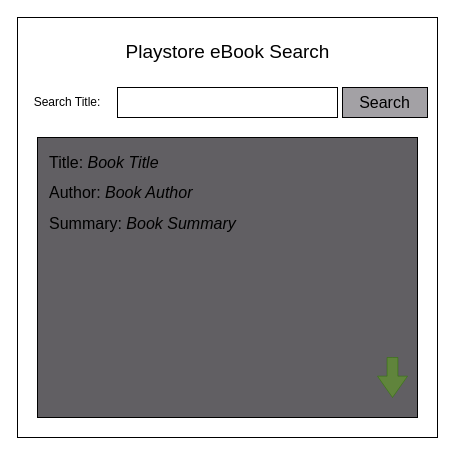
The draw.io diagram HCI 584 - Example project - part B/GUI_sketch.drawio in kolmoore/HCI584, before the edit. Source tidied: cells renumbered, new cells numbered last; positions are measured from the earlier drawing's top-left corner, leaving out a move shared by most shapes. Both pictures are drawn from the tidied source at 100%, with x=0, y=0 at pixel (17, 17).
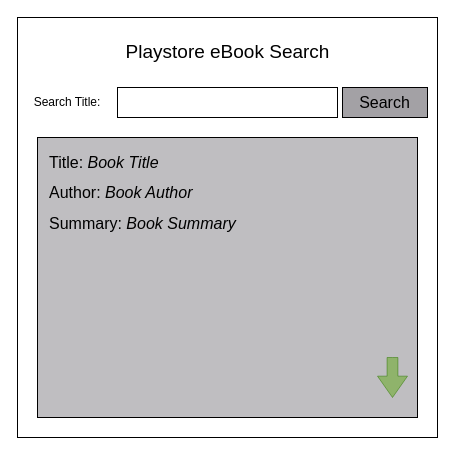
Above is the later version.

What changed in the source:
```diff
@@
 <mxGraphModel>
   <root>
     <mxCell id="0" />
     <mxCell id="1" parent="0" />
     <mxCell id="2" style="whiteSpace=wrap;html=1;" parent="1" vertex="1">
       <mxGeometry width="420" height="420" as="geometry" />
     </mxCell>
     <mxCell id="3" style="whiteSpace=wrap;html=1;" parent="1" vertex="1">
       <mxGeometry x="100" y="70" width="220" height="30" as="geometry" />
     </mxCell>
     <mxCell id="4" value="Search Title:" style="text;strokeColor=none;align=center;fillColor=none;html=1;verticalAlign=middle;whiteSpace=wrap;rounded=0;" parent="1" vertex="1">
       <mxGeometry x="10" y="70" width="80" height="30" as="geometry" />
     </mxCell>
     <mxCell id="5" value="Playstore eBook Search" style="text;strokeColor=none;align=center;fillColor=none;html=1;verticalAlign=middle;whiteSpace=wrap;rounded=0;fontSize=19;" parent="1" vertex="1">
       <mxGeometry x="82.5" y="20" width="255" height="30" as="geometry" />
     </mxCell>
     <mxCell id="6" value="Search" style="whiteSpace=wrap;html=1;fontSize=16;labelBackgroundColor=none;fillColor=#a3a1a5;" parent="1" vertex="1">
       <mxGeometry x="325" y="70" width="85" height="30" as="geometry" />
     </mxCell>
-    <mxCell id="7" style="whiteSpace=wrap;html=1;labelBackgroundColor=none;fontSize=16;fillColor=#615f63;" parent="1" vertex="1">
+    <mxCell id="7" style="whiteSpace=wrap;html=1;labelBackgroundColor=none;fontSize=16;fillColor=#bfbec1;" parent="1" vertex="1">
       <mxGeometry x="20" y="120" width="380" height="280" as="geometry" />
     </mxCell>
     <mxCell id="8" value="Title: &lt;i&gt;Book Title&lt;/i&gt;" style="text;strokeColor=none;align=left;fillColor=none;html=1;verticalAlign=middle;whiteSpace=wrap;rounded=0;labelBackgroundColor=none;fontSize=16;" parent="1" vertex="1">
       <mxGeometry x="30" y="130" width="260" height="30" as="geometry" />
     </mxCell>
     <mxCell id="9" value="Author: &lt;i&gt;Book Author&lt;/i&gt;" style="text;strokeColor=none;align=left;fillColor=none;html=1;verticalAlign=middle;whiteSpace=wrap;rounded=0;labelBackgroundColor=none;fontSize=16;" parent="1" vertex="1">
       <mxGeometry x="30" y="160" width="260" height="30" as="geometry" />
     </mxCell>
     <mxCell id="10" value="Summary: &lt;i&gt;Book Summary&lt;/i&gt;" style="text;strokeColor=none;align=left;fillColor=none;html=1;verticalAlign=top;whiteSpace=wrap;rounded=0;labelBackgroundColor=none;fontSize=16;" parent="1" vertex="1">
       <mxGeometry x="30" y="190" width="360" height="200" as="geometry" />
     </mxCell>
     <mxCell id="11" style="html=1;shadow=0;dashed=0;align=center;verticalAlign=middle;shape=mxgraph.arrows2.arrow;dy=0.64;dx=21.33;direction=south;notch=0;labelBackgroundColor=none;fontSize=16;fillColor=#60a917;fontColor=#ffffff;strokeColor=#2D7600;fillStyle=auto;opacity=50;" parent="1" vertex="1">
       <mxGeometry x="360" y="340" width="30" height="40" as="geometry" />
     </mxCell>
   </root>
 </mxGraphModel>
```
